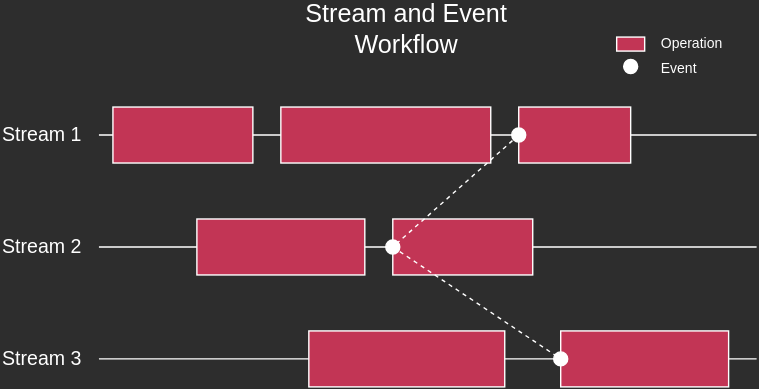
ROCm/HIP keeps this draw.io diagram as docs/data/understand/programming_model/stream-workflow.svg. Above is the earlier version. Source tidied: cells renumbered, new cells last; positions are measured from the earlier drawing's top-left corner, leaving out a move shared by most shapes.
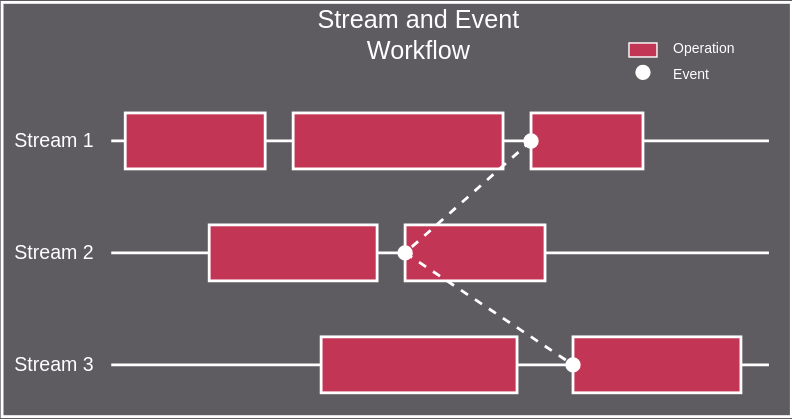
After the change.

Diff of the diagram source:
```diff
@@ -1,23 +1,23 @@
-<mxGraphModel background="#2D2D2D">
+<mxGraphModel background="#5E5B61">
   <root>
     <mxCell id="0" />
     <mxCell id="1" parent="0" />
     <mxCell id="2" value="Stream and Event Workflow" style="text;html=1;strokeColor=none;fillColor=none;align=center;verticalAlign=middle;whiteSpace=wrap;rounded=0;fontSize=18;fontFamily=Arial;fontColor=#FFFFFF;" parent="1" vertex="1">
       <mxGeometry x="190" width="200" height="30" as="geometry" />
     </mxCell>
-    <mxCell id="3" style="endArrow=none;html=1;strokeColor=#FFFFFF;strokeWidth=1;" parent="1" edge="1">
+    <mxCell id="3" style="endArrow=none;html=1;strokeColor=#FFFFFF;strokeWidth=2;" parent="1" edge="1">
       <mxGeometry relative="1" as="geometry">
         <mxPoint x="70" y="90" as="sourcePoint" />
         <mxPoint x="540" y="90" as="targetPoint" />
       </mxGeometry>
     </mxCell>
-    <mxCell id="4" style="endArrow=none;html=1;strokeColor=#FFFFFF;strokeWidth=1;" parent="1" edge="1">
+    <mxCell id="4" style="endArrow=none;html=1;strokeColor=#FFFFFF;strokeWidth=2;" parent="1" edge="1">
       <mxGeometry relative="1" as="geometry">
         <mxPoint x="70" y="170" as="sourcePoint" />
         <mxPoint x="540" y="170" as="targetPoint" />
       </mxGeometry>
     </mxCell>
-    <mxCell id="5" style="endArrow=none;html=1;strokeColor=#FFFFFF;strokeWidth=1;" parent="1" edge="1">
+    <mxCell id="5" style="endArrow=none;html=1;strokeColor=#FFFFFF;strokeWidth=2;" parent="1" edge="1">
       <mxGeometry relative="1" as="geometry">
         <mxPoint x="70" y="250" as="sourcePoint" />
         <mxPoint x="540" y="250" as="targetPoint" />
@@ -32,25 +32,25 @@
     <mxCell id="8" value="Stream 3" style="text;html=1;strokeColor=none;fillColor=none;align=right;verticalAlign=middle;whiteSpace=wrap;rounded=0;fontSize=14;fontFamily=Arial;fontColor=#FFFFFF;" parent="1" vertex="1">
       <mxGeometry y="240" width="60" height="20" as="geometry" />
     </mxCell>
-    <mxCell id="9" style="rounded=0;whiteSpace=wrap;html=1;fillColor=#C23555;strokeColor=#FFFFFF;strokeWidth=1;" parent="1" vertex="1">
+    <mxCell id="9" style="rounded=0;whiteSpace=wrap;html=1;fillColor=#C23555;strokeColor=#FFFFFF;strokeWidth=2;" parent="1" vertex="1">
       <mxGeometry x="80" y="70" width="100" height="40" as="geometry" />
     </mxCell>
-    <mxCell id="10" style="rounded=0;whiteSpace=wrap;html=1;fillColor=#C23555;strokeColor=#FFFFFF;strokeWidth=1;" parent="1" vertex="1">
+    <mxCell id="10" style="rounded=0;whiteSpace=wrap;html=1;fillColor=#C23555;strokeColor=#FFFFFF;strokeWidth=2;" parent="1" vertex="1">
       <mxGeometry x="200" y="70" width="150" height="40" as="geometry" />
     </mxCell>
-    <mxCell id="11" style="rounded=0;whiteSpace=wrap;html=1;fillColor=#C23555;strokeColor=#FFFFFF;strokeWidth=1;" parent="1" vertex="1">
+    <mxCell id="11" style="rounded=0;whiteSpace=wrap;html=1;fillColor=#C23555;strokeColor=#FFFFFF;strokeWidth=2;" parent="1" vertex="1">
       <mxGeometry x="370" y="70" width="80" height="40" as="geometry" />
     </mxCell>
-    <mxCell id="12" style="rounded=0;whiteSpace=wrap;html=1;fillColor=#C23555;strokeColor=#FFFFFF;strokeWidth=1;" parent="1" vertex="1">
+    <mxCell id="12" style="rounded=0;whiteSpace=wrap;html=1;fillColor=#C23555;strokeColor=#FFFFFF;strokeWidth=2;" parent="1" vertex="1">
       <mxGeometry x="140" y="150" width="120" height="40" as="geometry" />
     </mxCell>
-    <mxCell id="13" style="rounded=0;whiteSpace=wrap;html=1;fillColor=#C23555;strokeColor=#FFFFFF;strokeWidth=1;" parent="1" vertex="1">
+    <mxCell id="13" style="rounded=0;whiteSpace=wrap;html=1;fillColor=#C23555;strokeColor=#FFFFFF;strokeWidth=2;" parent="1" vertex="1">
       <mxGeometry x="280" y="150" width="100" height="40" as="geometry" />
     </mxCell>
-    <mxCell id="14" style="rounded=0;whiteSpace=wrap;html=1;fillColor=#C23555;strokeColor=#FFFFFF;strokeWidth=1;" parent="1" vertex="1">
+    <mxCell id="14" style="rounded=0;whiteSpace=wrap;html=1;fillColor=#C23555;strokeColor=#FFFFFF;strokeWidth=2;" parent="1" vertex="1">
       <mxGeometry x="220" y="230" width="140" height="40" as="geometry" />
     </mxCell>
-    <mxCell id="15" style="rounded=0;whiteSpace=wrap;html=1;fillColor=#C23555;strokeColor=#FFFFFF;strokeWidth=1;" parent="1" vertex="1">
+    <mxCell id="15" style="rounded=0;whiteSpace=wrap;html=1;fillColor=#C23555;strokeColor=#FFFFFF;strokeWidth=2;" parent="1" vertex="1">
       <mxGeometry x="400" y="230" width="120" height="40" as="geometry" />
     </mxCell>
     <mxCell id="16" style="ellipse;whiteSpace=wrap;html=1;fillColor=#FFFFFF;strokeColor=#FFFFFF;" parent="1" vertex="1">
@@ -62,13 +62,13 @@
     <mxCell id="18" style="ellipse;whiteSpace=wrap;html=1;fillColor=#FFFFFF;strokeColor=#FFFFFF;" parent="1" vertex="1">
       <mxGeometry x="395" y="245" width="10" height="10" as="geometry" />
     </mxCell>
-    <mxCell id="19" style="endArrow=none;html=1;strokeColor=#FFFFFF;strokeWidth=1;dashed=1;" parent="1" edge="1">
+    <mxCell id="19" style="endArrow=none;html=1;strokeColor=#FFFFFF;strokeWidth=2;dashed=1;" parent="1" edge="1">
       <mxGeometry relative="1" as="geometry">
         <mxPoint x="370" y="90" as="sourcePoint" />
         <mxPoint x="280" y="170" as="targetPoint" />
       </mxGeometry>
     </mxCell>
-    <mxCell id="20" style="endArrow=none;html=1;strokeColor=#FFFFFF;strokeWidth=1;dashed=1;" parent="1" edge="1">
+    <mxCell id="20" style="endArrow=none;html=1;strokeColor=#FFFFFF;strokeWidth=2;dashed=1;" parent="1" edge="1">
       <mxGeometry relative="1" as="geometry">
         <mxPoint x="280" y="170" as="sourcePoint" />
         <mxPoint x="400" y="250" as="targetPoint" />
@@ -86,5 +86,8 @@
     <mxCell id="24" value="Event" style="text;html=1;strokeColor=none;fillColor=none;align=left;verticalAlign=middle;whiteSpace=wrap;rounded=0;fontSize=10;fontFamily=Arial;fontColor=#FFFFFF;" parent="1" vertex="1">
       <mxGeometry x="470" y="36" width="60" height="12" as="geometry" />
     </mxCell>
+    <mxCell id="25" style="rounded=0;whiteSpace=wrap;html=1;fillColor=none;strokeColor=#FFFFFF;strokeWidth=2;" parent="1" vertex="1">
+      <mxGeometry x="-8" y="-9" width="564" height="296" as="geometry" />
+    </mxCell>
   </root>
 </mxGraphModel>
```
